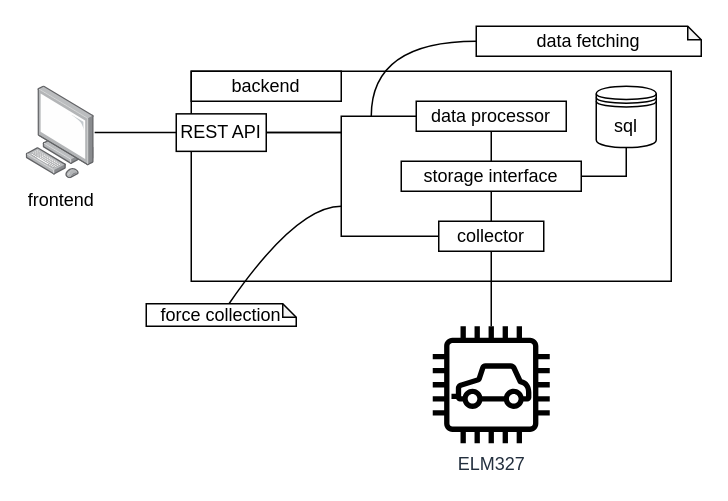
This is docs/architecture.drawio from ironiot/bcit-issp, a draw.io file, before an edit. Source tidied: cells renumbered, new cells numbered last; positions are measured from the earlier drawing's top-left corner, leaving out a move shared by most shapes. Both pictures are drawn from the tidied source at 150%, with x=0, y=0 at pixel (26, 26).
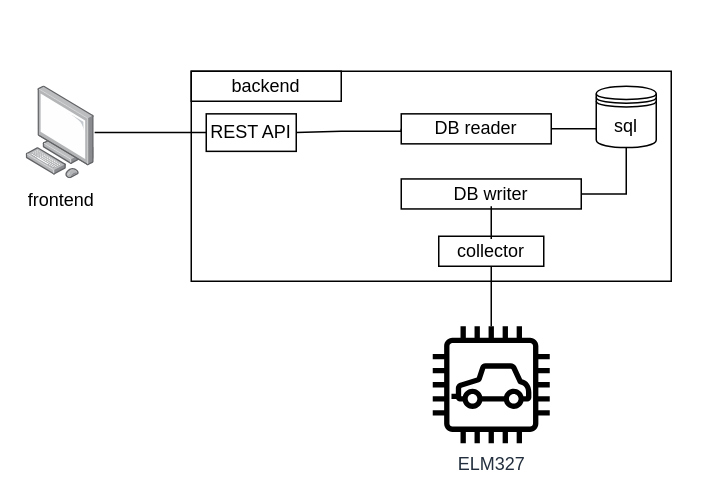
The same page after the edit.

Commit message (it also covers changes not shown here):
db model: remove unnecessary relationships

What changed in the source:
```diff
@@
-<mxGraphModel>
+<mxGraphModel background="#ffffff">
@@
-    <mxCell id="3" value="sql" style="shape=datastore;whiteSpace=wrap;html=1;" parent="1" vertex="1">
+    <mxCell id="3" value="sql" style="shape=datastore;whiteSpace=wrap;html=1;fillColor=none;" parent="1" vertex="1">
       <mxGeometry x="380" y="40" width="40" height="40.9" as="geometry" />
     </mxCell>
@@
-    <mxCell id="7" value="collector" style="rounded=0;whiteSpace=wrap;html=1;" parent="1" vertex="1">
-      <mxGeometry x="275" y="130" width="70" height="20" as="geometry" />
+    <mxCell id="7" value="collector" style="rounded=0;whiteSpace=wrap;html=1;fillColor=none;" parent="1" vertex="1">
+      <mxGeometry x="275" y="140" width="70" height="20" as="geometry" />
     </mxCell>
@@
-    <mxCell id="9" value="storage interface" style="rounded=0;whiteSpace=wrap;html=1;" parent="1" vertex="1">
-      <mxGeometry x="250" y="90" width="120" height="20" as="geometry" />
+    <mxCell id="9" value="DB writer" style="rounded=0;whiteSpace=wrap;html=1;fillColor=none;" parent="1" vertex="1">
+      <mxGeometry x="250" y="101.8" width="120" height="20" as="geometry" />
     </mxCell>
-    <mxCell id="10" value="REST API" style="rounded=0;whiteSpace=wrap;html=1;" parent="1" vertex="1">
-      <mxGeometry x="100" y="58.4" width="60" height="25" as="geometry" />
+    <mxCell id="10" value="REST API" style="rounded=0;whiteSpace=wrap;html=1;fillColor=none;" parent="1" vertex="1">
+      <mxGeometry x="120" y="58.4" width="60" height="25" as="geometry" />
     </mxCell>
@@
-    <mxCell id="13" style="edgeStyle=orthogonalEdgeStyle;rounded=0;jettySize=auto;html=1;exitX=0.5;exitY=1;exitDx=0;exitDy=0;entryX=0.5;entryY=0;entryDx=0;entryDy=0;endArrow=none;endFill=0;" parent="1" edge="1" source="15" target="9">
-      <mxGeometry relative="1" as="geometry" />
-    </mxCell>
     <mxCell id="14" style="edgeStyle=orthogonalEdgeStyle;rounded=0;jettySize=auto;html=1;exitX=0;exitY=0.5;exitDx=0;exitDy=0;endArrow=none;endFill=0;entryX=1;entryY=0.5;entryDx=0;entryDy=0;" parent="1" edge="1" source="15" target="10">
-      <mxGeometry relative="1" as="geometry" />
+      <mxGeometry relative="1" as="geometry">
+        <Array as="points">
+          <mxPoint x="250" y="70" />
+          <mxPoint x="210" y="70" />
+        </Array>
+      </mxGeometry>
     </mxCell>
-    <mxCell id="15" value="data processor" style="rounded=0;whiteSpace=wrap;html=1;" parent="1" vertex="1">
-      <mxGeometry x="260" y="50" width="100" height="20" as="geometry" />
+    <mxCell id="15" value="DB reader" style="rounded=0;whiteSpace=wrap;html=1;fillColor=none;" parent="1" vertex="1">
+      <mxGeometry x="250" y="58.4" width="100" height="20" as="geometry" />
     </mxCell>
-    <mxCell id="16" value="backend" style="rounded=0;whiteSpace=wrap;html=1;" parent="1" vertex="1">
+    <mxCell id="16" value="backend" style="rounded=0;whiteSpace=wrap;html=1;fillColor=none;" parent="1" vertex="1">
       <mxGeometry x="110" y="30" width="100" height="20" as="geometry" />
     </mxCell>
-    <mxCell id="17" style="edgeStyle=orthogonalEdgeStyle;rounded=0;jettySize=auto;html=1;exitX=1;exitY=0.5;exitDx=0;exitDy=0;entryX=0;entryY=0.5;entryDx=0;entryDy=0;endArrow=none;endFill=0;" parent="1" edge="1" source="10" target="7">
-      <mxGeometry relative="1" as="geometry">
-        <Array as="points">
-          <mxPoint x="210" y="71" />
-          <mxPoint x="210" y="140" />
-        </Array>
-      </mxGeometry>
-    </mxCell>
-    <mxCell id="18" style="rounded=0;jettySize=auto;html=1;curved=1;endArrow=none;endFill=0;" parent="1" edge="1" source="19">
-      <mxGeometry relative="1" as="geometry">
-        <mxPoint x="210" y="120" as="targetPoint" />
-        <Array as="points">
-          <mxPoint x="180" y="120" />
-        </Array>
-      </mxGeometry>
-    </mxCell>
-    <mxCell id="19" value="force collection" style="shape=note;whiteSpace=wrap;html=1;backgroundOutline=1;darkOpacity=0.05;size=9;" parent="1" vertex="1">
-      <mxGeometry x="80" y="185" width="100" height="15" as="geometry" />
-    </mxCell>
-    <mxCell id="20" style="edgeStyle=orthogonalEdgeStyle;rounded=0;jettySize=auto;html=1;curved=1;endArrow=none;endFill=0;exitX=0;exitY=0.5;exitDx=0;exitDy=0;exitPerimeter=0;" parent="1" edge="1" source="21">
-      <mxGeometry relative="1" as="geometry">
-        <mxPoint x="230" y="60" as="targetPoint" />
-        <Array as="points">
-          <mxPoint x="230" y="10" />
-        </Array>
-      </mxGeometry>
-    </mxCell>
-    <mxCell id="21" value="data fetching" style="shape=note;whiteSpace=wrap;html=1;backgroundOutline=1;darkOpacity=0.05;size=9;" parent="1" vertex="1">
-      <mxGeometry x="300" width="150" height="20" as="geometry" />
-    </mxCell>
+    <mxCell id="22" style="edgeStyle=orthogonalEdgeStyle;rounded=0;jettySize=auto;html=1;exitX=1;exitY=0.5;exitDx=0;exitDy=0;entryX=0;entryY=0.7;entryDx=0;entryDy=0;endArrow=none;endFill=0;" parent="1" edge="1" source="15" target="3">
+      <mxGeometry relative="1" as="geometry" />
+    </mxCell>
```
